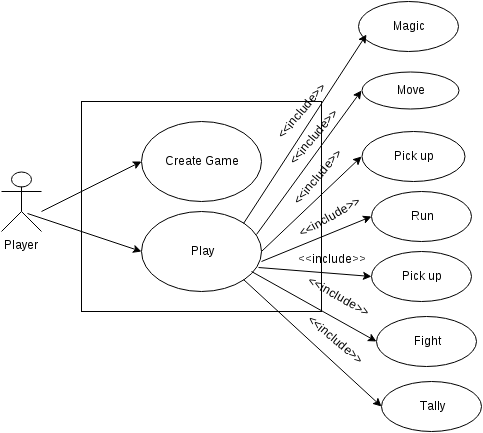
Before: images/UseCases.png, a diagram exported from draw.io (lu15v/Text-Adventure-Game). Source tidied: cells renumbered, new cells last; positions are measured from the earlier drawing's top-left corner, leaving out a move shared by most shapes.
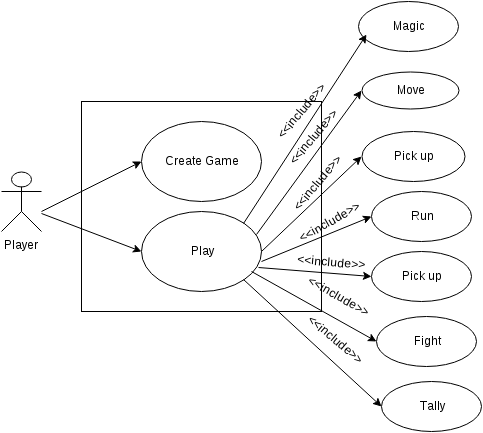
After the change.

The edit, as a diff of the source:
```diff
@@ -67,13 +67,13 @@
       <mxGeometry x="272" y="126" width="80" height="20" as="geometry" />
     </mxCell>
     <mxCell id="22" value="&amp;lt;&amp;lt;include&amp;gt;&amp;gt;" style="text;html=1;strokeColor=none;fillColor=none;align=center;verticalAlign=middle;whiteSpace=wrap;overflow=hidden;rotation=-50;" parent="1" vertex="1">
-      <mxGeometry x="276" y="166" width="80" height="20" as="geometry" />
+      <mxGeometry x="276" y="172" width="80" height="20" as="geometry" />
     </mxCell>
     <mxCell id="23" value="&amp;lt;&amp;lt;include&amp;gt;&amp;gt;" style="text;html=1;strokeColor=none;fillColor=none;align=center;verticalAlign=middle;whiteSpace=wrap;overflow=hidden;rotation=-30;" parent="1" vertex="1">
-      <mxGeometry x="288" y="206" width="80" height="20" as="geometry" />
+      <mxGeometry x="288" y="211" width="80" height="20" as="geometry" />
     </mxCell>
-    <mxCell id="24" value="&amp;lt;&amp;lt;include&amp;gt;&amp;gt;" style="text;html=1;strokeColor=none;fillColor=none;align=center;verticalAlign=middle;whiteSpace=wrap;overflow=hidden;rotation=0;" parent="1" vertex="1">
-      <mxGeometry x="290" y="248" width="80" height="20" as="geometry" />
+    <mxCell id="24" value="&amp;lt;&amp;lt;include&amp;gt;&amp;gt;" style="text;html=1;strokeColor=none;fillColor=none;align=center;verticalAlign=middle;whiteSpace=wrap;overflow=hidden;rotation=5;" parent="1" vertex="1">
+      <mxGeometry x="290" y="251" width="80" height="20" as="geometry" />
     </mxCell>
     <mxCell id="25" value="&amp;lt;&amp;lt;include&amp;gt;&amp;gt;" style="text;html=1;strokeColor=none;fillColor=none;align=center;verticalAlign=middle;whiteSpace=wrap;overflow=hidden;rotation=30;" parent="1" vertex="1">
       <mxGeometry x="297" y="285" width="80" height="20" as="geometry" />
@@ -86,8 +86,10 @@
         <mxPoint x="40" y="210" as="sourcePoint" />
       </mxGeometry>
     </mxCell>
-    <mxCell id="28" style="endArrow=classic;html=1;exitX=0.65;exitY=0.7;exitPerimeter=0;entryX=0;entryY=0.5;" parent="1" edge="1" source="3" target="5">
-      <mxGeometry relative="1" as="geometry" />
+    <mxCell id="28" style="endArrow=classic;html=1;entryX=0;entryY=0.5;" parent="1" edge="1" target="5">
+      <mxGeometry relative="1" as="geometry">
+        <mxPoint x="40" y="212" as="sourcePoint" />
+      </mxGeometry>
     </mxCell>
   </root>
 </mxGraphModel>
```
